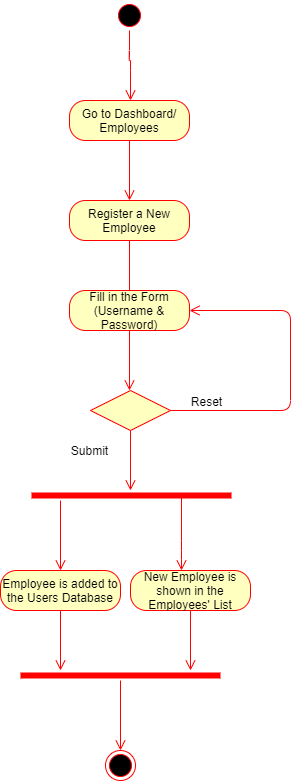
This is Diagrams/Activity Diagrams FINAL/AC_10_ Register Employee.png from kkasharaj17/SE-project, a draw.io export, as it was before one commit. Source tidied: cells renumbered, new cells last; positions are measured from the earlier drawing's top-left corner, leaving out a move shared by most shapes. The source it was exported from:
```xml
<mxGraphModel>
  <root>
    <mxCell id="0" />
    <mxCell id="1" parent="0" />
    <mxCell id="2" style="ellipse;html=1;shape=startState;fillColor=#000000;strokeColor=#ff0000;" parent="1" vertex="1">
      <mxGeometry x="114" width="30" height="30" as="geometry" />
    </mxCell>
    <mxCell id="3" style="edgeStyle=orthogonalEdgeStyle;html=1;verticalAlign=bottom;endArrow=open;endSize=8;strokeColor=#ff0000;" parent="1" edge="1" source="2">
      <mxGeometry relative="1" as="geometry">
        <mxPoint x="130" y="100" as="targetPoint" />
        <Array as="points">
          <mxPoint x="129" y="60" />
          <mxPoint x="130" y="60" />
        </Array>
      </mxGeometry>
    </mxCell>
    <mxCell id="4" value="Go to Dashboard/ Employees" style="rounded=1;whiteSpace=wrap;html=1;arcSize=40;fontColor=#000000;fillColor=#ffffc0;strokeColor=#ff0000;" parent="1" vertex="1">
      <mxGeometry x="69" y="100" width="120" height="40" as="geometry" />
    </mxCell>
    <mxCell id="5" style="edgeStyle=orthogonalEdgeStyle;html=1;verticalAlign=bottom;endArrow=open;endSize=8;strokeColor=#ff0000;" parent="1" edge="1" source="4">
      <mxGeometry relative="1" as="geometry">
        <mxPoint x="129" y="200" as="targetPoint" />
      </mxGeometry>
    </mxCell>
    <mxCell id="6" value="Register a New Employee" style="rounded=1;whiteSpace=wrap;html=1;arcSize=40;fontColor=#000000;fillColor=#ffffc0;strokeColor=#ff0000;" parent="1" vertex="1">
      <mxGeometry x="69" y="200" width="120" height="40" as="geometry" />
    </mxCell>
    <mxCell id="7" style="edgeStyle=orthogonalEdgeStyle;html=1;verticalAlign=bottom;endArrow=open;endSize=8;strokeColor=#ff0000;" parent="1" edge="1" source="6">
      <mxGeometry relative="1" as="geometry">
        <mxPoint x="129" y="300" as="targetPoint" />
      </mxGeometry>
    </mxCell>
    <mxCell id="8" value="Fill in the Form (Username &amp;amp; Password)" style="rounded=1;whiteSpace=wrap;html=1;arcSize=40;fontColor=#000000;fillColor=#ffffc0;strokeColor=#ff0000;" parent="1" vertex="1">
      <mxGeometry x="69" y="290" width="120" height="40" as="geometry" />
    </mxCell>
    <mxCell id="9" style="edgeStyle=orthogonalEdgeStyle;html=1;verticalAlign=bottom;endArrow=open;endSize=8;strokeColor=#ff0000;" parent="1" edge="1" source="8">
      <mxGeometry relative="1" as="geometry">
        <mxPoint x="129" y="390" as="targetPoint" />
      </mxGeometry>
    </mxCell>
    <mxCell id="10" style="rhombus;whiteSpace=wrap;html=1;fillColor=#ffffc0;strokeColor=#ff0000;" parent="1" vertex="1">
      <mxGeometry x="90" y="390" width="80" height="40" as="geometry" />
    </mxCell>
    <mxCell id="11" style="edgeStyle=orthogonalEdgeStyle;html=1;align=left;verticalAlign=bottom;endArrow=open;endSize=8;strokeColor=#ff0000;" parent="1" edge="1" source="10">
      <mxGeometry x="-1" relative="1" as="geometry">
        <mxPoint x="189" y="310" as="targetPoint" />
        <Array as="points">
          <mxPoint x="290" y="410" />
          <mxPoint x="290" y="310" />
          <mxPoint x="189" y="310" />
        </Array>
      </mxGeometry>
    </mxCell>
    <mxCell id="12" style="edgeStyle=orthogonalEdgeStyle;html=1;align=left;verticalAlign=top;endArrow=open;endSize=8;strokeColor=#ff0000;" parent="1" edge="1" source="10">
      <mxGeometry x="-1" y="-20" relative="1" as="geometry">
        <mxPoint x="130" y="490" as="targetPoint" />
        <mxPoint x="20" y="-20" as="offset" />
      </mxGeometry>
    </mxCell>
    <mxCell id="13" value="Reset" style="text;html=1;align=center;verticalAlign=middle;" parent="1" vertex="1">
      <mxGeometry x="181" y="391" width="50" height="20" as="geometry" />
    </mxCell>
    <mxCell id="14" value="Submit" style="text;html=1;align=center;verticalAlign=middle;" parent="1" vertex="1">
      <mxGeometry x="64" y="440" width="50" height="20" as="geometry" />
    </mxCell>
    <mxCell id="15" style="shape=line;html=1;strokeWidth=6;strokeColor=#ff0000;" parent="1" vertex="1">
      <mxGeometry x="31" y="490" width="200" height="10" as="geometry" />
    </mxCell>
    <mxCell id="16" style="edgeStyle=orthogonalEdgeStyle;html=1;verticalAlign=bottom;endArrow=open;endSize=8;strokeColor=#ff0000;" parent="1" edge="1" source="15">
      <mxGeometry relative="1" as="geometry">
        <mxPoint x="60" y="570" as="targetPoint" />
        <Array as="points">
          <mxPoint x="60" y="570" />
        </Array>
      </mxGeometry>
    </mxCell>
    <mxCell id="17" style="edgeStyle=orthogonalEdgeStyle;html=1;verticalAlign=bottom;endArrow=open;endSize=8;strokeColor=#ff0000;exitX=0.75;exitY=0.5;exitDx=0;exitDy=0;exitPerimeter=0;" parent="1" edge="1" source="15">
      <mxGeometry relative="1" as="geometry">
        <mxPoint x="181" y="570" as="targetPoint" />
        <Array as="points">
          <mxPoint x="181" y="550" />
          <mxPoint x="181" y="550" />
        </Array>
      </mxGeometry>
    </mxCell>
    <mxCell id="18" value="Employee is added to the Users Database" style="rounded=1;whiteSpace=wrap;html=1;arcSize=40;fontColor=#000000;fillColor=#ffffc0;strokeColor=#ff0000;" parent="1" vertex="1">
      <mxGeometry y="570" width="120" height="40" as="geometry" />
    </mxCell>
    <mxCell id="19" style="edgeStyle=orthogonalEdgeStyle;html=1;verticalAlign=bottom;endArrow=open;endSize=8;strokeColor=#ff0000;" parent="1" edge="1" source="18">
      <mxGeometry relative="1" as="geometry">
        <mxPoint x="60" y="670" as="targetPoint" />
      </mxGeometry>
    </mxCell>
    <mxCell id="20" value="New Employee is shown in the Employees' List" style="rounded=1;whiteSpace=wrap;html=1;arcSize=40;fontColor=#000000;fillColor=#ffffc0;strokeColor=#ff0000;" parent="1" vertex="1">
      <mxGeometry x="130" y="570" width="120" height="40" as="geometry" />
    </mxCell>
    <mxCell id="21" style="edgeStyle=orthogonalEdgeStyle;html=1;verticalAlign=bottom;endArrow=open;endSize=8;strokeColor=#ff0000;" parent="1" edge="1" source="20">
      <mxGeometry relative="1" as="geometry">
        <mxPoint x="190" y="670" as="targetPoint" />
      </mxGeometry>
    </mxCell>
    <mxCell id="22" style="shape=line;html=1;strokeWidth=6;strokeColor=#ff0000;" parent="1" vertex="1">
      <mxGeometry x="20" y="670" width="200" height="10" as="geometry" />
    </mxCell>
    <mxCell id="23" style="edgeStyle=orthogonalEdgeStyle;html=1;verticalAlign=bottom;endArrow=open;endSize=8;strokeColor=#ff0000;" parent="1" edge="1" source="22">
      <mxGeometry relative="1" as="geometry">
        <mxPoint x="120" y="750" as="targetPoint" />
      </mxGeometry>
    </mxCell>
    <mxCell id="24" style="ellipse;html=1;shape=endState;fillColor=#000000;strokeColor=#ff0000;" parent="1" vertex="1">
      <mxGeometry x="105" y="750" width="30" height="30" as="geometry" />
    </mxCell>
  </root>
</mxGraphModel>
```
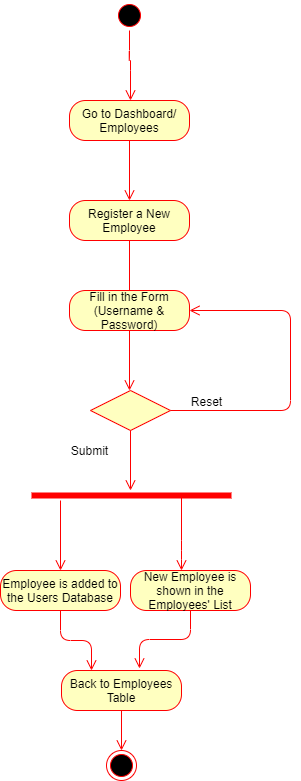
Later version of the same file.

What changed in the source:
```diff
@@ -86,9 +86,12 @@
     <mxCell id="18" value="Employee is added to the Users Database" style="rounded=1;whiteSpace=wrap;html=1;arcSize=40;fontColor=#000000;fillColor=#ffffc0;strokeColor=#ff0000;" parent="1" vertex="1">
       <mxGeometry y="570" width="120" height="40" as="geometry" />
     </mxCell>
-    <mxCell id="19" style="edgeStyle=orthogonalEdgeStyle;html=1;verticalAlign=bottom;endArrow=open;endSize=8;strokeColor=#ff0000;" parent="1" edge="1" source="18">
+    <mxCell id="19" style="edgeStyle=orthogonalEdgeStyle;html=1;verticalAlign=bottom;endArrow=open;endSize=8;strokeColor=#ff0000;entryX=0.25;entryY=0;entryDx=0;entryDy=0;" parent="1" edge="1" source="18" target="25">
       <mxGeometry relative="1" as="geometry">
-        <mxPoint x="60" y="670" as="targetPoint" />
+        <Array as="points">
+          <mxPoint x="60" y="640" />
+          <mxPoint x="91" y="640" />
+        </Array>
       </mxGeometry>
     </mxCell>
     <mxCell id="20" value="New Employee is shown in the Employees' List" style="rounded=1;whiteSpace=wrap;html=1;arcSize=40;fontColor=#000000;fillColor=#ffffc0;strokeColor=#ff0000;" parent="1" vertex="1">
@@ -96,19 +99,17 @@
     </mxCell>
     <mxCell id="21" style="edgeStyle=orthogonalEdgeStyle;html=1;verticalAlign=bottom;endArrow=open;endSize=8;strokeColor=#ff0000;" parent="1" edge="1" source="20">
       <mxGeometry relative="1" as="geometry">
-        <mxPoint x="190" y="670" as="targetPoint" />
+        <mxPoint x="139" y="668" as="targetPoint" />
       </mxGeometry>
     </mxCell>
-    <mxCell id="22" style="shape=line;html=1;strokeWidth=6;strokeColor=#ff0000;" parent="1" vertex="1">
-      <mxGeometry x="20" y="670" width="200" height="10" as="geometry" />
-    </mxCell>
-    <mxCell id="23" style="edgeStyle=orthogonalEdgeStyle;html=1;verticalAlign=bottom;endArrow=open;endSize=8;strokeColor=#ff0000;" parent="1" edge="1" source="22">
-      <mxGeometry relative="1" as="geometry">
-        <mxPoint x="120" y="750" as="targetPoint" />
-      </mxGeometry>
-    </mxCell>
     <mxCell id="24" style="ellipse;html=1;shape=endState;fillColor=#000000;strokeColor=#ff0000;" parent="1" vertex="1">
-      <mxGeometry x="105" y="750" width="30" height="30" as="geometry" />
+      <mxGeometry x="106" y="750" width="30" height="30" as="geometry" />
     </mxCell>
+    <mxCell id="25" value="Back to Employees Table" style="rounded=1;whiteSpace=wrap;html=1;arcSize=40;fontColor=#000000;fillColor=#ffffc0;strokeColor=#ff0000;" parent="1" vertex="1">
+      <mxGeometry x="61" y="670" width="120" height="40" as="geometry" />
+    </mxCell>
+    <mxCell id="26" style="edgeStyle=orthogonalEdgeStyle;html=1;verticalAlign=bottom;endArrow=open;endSize=8;strokeColor=#ff0000;exitX=0.5;exitY=1;exitDx=0;exitDy=0;entryX=0.5;entryY=0;entryDx=0;entryDy=0;" parent="1" edge="1" source="25" target="24">
+      <mxGeometry relative="1" as="geometry" />
+    </mxCell>
   </root>
 </mxGraphModel>
```
